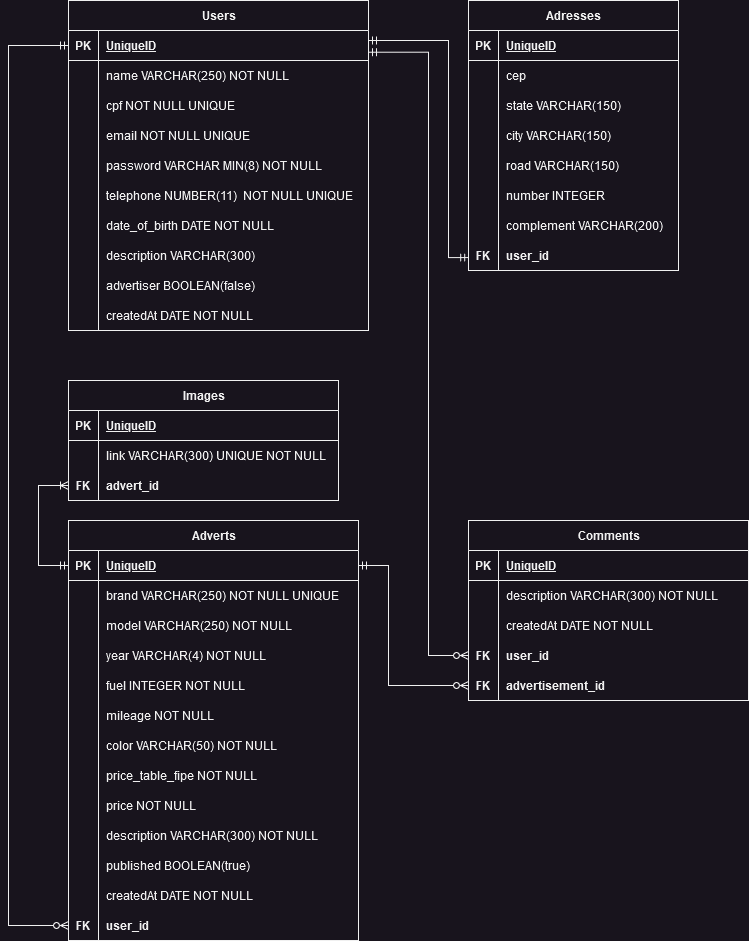
Earlier version of the draw.io export diagrama.png (grupo08-t13-alex-instrutor/grupo08-t13-alex-backend). Source tidied: cells renumbered, new cells last; positions are measured from the earlier drawing's top-left corner, leaving out a move shared by most shapes.
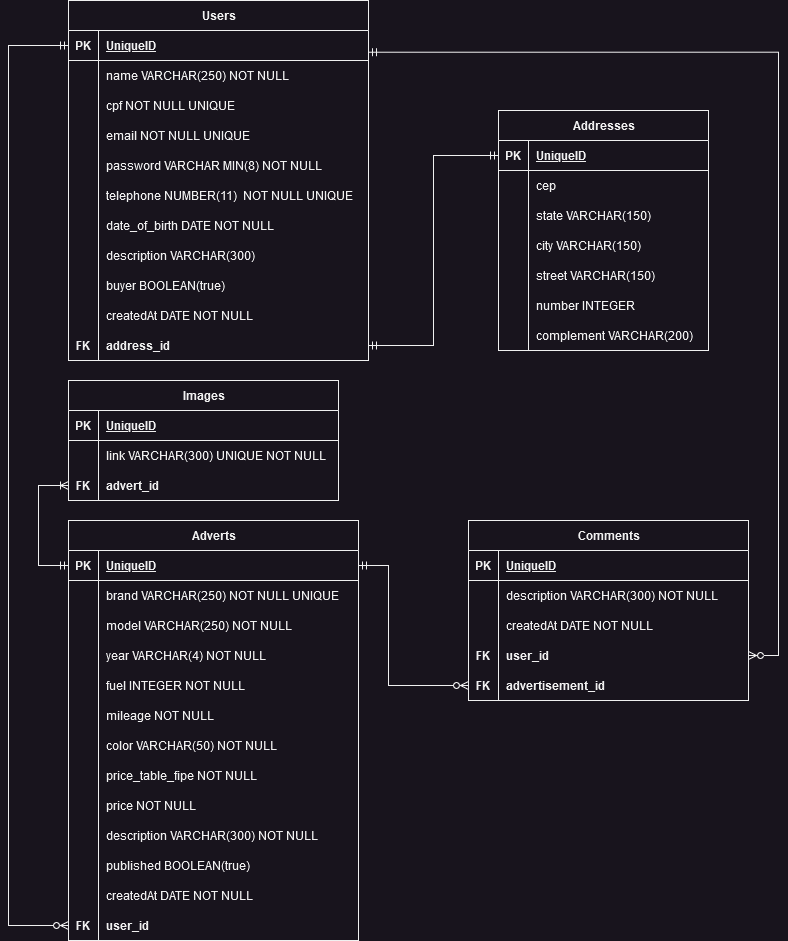
The same diagram one commit later.

Commit message:
Fix: corrigindo entidades de users e adresses

What changed in the source:
```diff
@@ -3,7 +3,7 @@
     <mxCell id="0" />
     <mxCell id="1" parent="0" />
     <mxCell id="2" value="Users" style="shape=table;startSize=30;rowLines=0;fontStyle=1;align=center;html=1;" parent="1" vertex="1">
-      <mxGeometry x="60" width="300" height="330" as="geometry" />
+      <mxGeometry x="60" width="300" height="360" as="geometry" />
     </mxCell>
     <mxCell id="3" style="shape=tableRow;horizontal=0;startSize=0;swimlaneHead=0;swimlaneBody=0;fillColor=none;points=[[0,0.5],[1,0.5]];portConstraint=eastwest;top=0;left=0;right=0;bottom=1;" parent="2" vertex="1">
       <mxGeometry y="30" width="300" height="30" as="geometry" />
@@ -83,7 +83,7 @@
     <mxCell id="28" style="shape=partialRectangle;fillColor=none;top=0;left=0;bottom=0;right=0;overflow=hidden;whiteSpace=wrap;html=1;" parent="27" vertex="1">
       <mxGeometry width="30" height="30" as="geometry" />
     </mxCell>
-    <mxCell id="29" value="advertiser BOOLEAN(false)" style="shape=partialRectangle;fillColor=none;top=0;left=0;bottom=0;right=0;align=left;spacingLeft=6;overflow=hidden;whiteSpace=wrap;html=1;" parent="27" vertex="1">
+    <mxCell id="29" value="buyer BOOLEAN(true)" style="shape=partialRectangle;fillColor=none;top=0;left=0;bottom=0;right=0;align=left;spacingLeft=6;overflow=hidden;whiteSpace=wrap;html=1;" parent="27" vertex="1">
       <mxGeometry x="30" width="270" height="30" as="geometry" />
     </mxCell>
     <mxCell id="30" style="shape=tableRow;horizontal=0;startSize=0;swimlaneHead=0;swimlaneBody=0;fillColor=none;top=0;left=0;right=0;bottom=0;" parent="2" vertex="1">
@@ -95,8 +95,17 @@
     <mxCell id="32" value="createdAt DATE NOT NULL" style="shape=partialRectangle;fillColor=none;top=0;left=0;bottom=0;right=0;align=left;spacingLeft=6;overflow=hidden;whiteSpace=wrap;html=1;" parent="30" vertex="1">
       <mxGeometry x="30" width="270" height="30" as="geometry" />
     </mxCell>
+    <mxCell id="129" style="shape=tableRow;horizontal=0;startSize=0;swimlaneHead=0;swimlaneBody=0;fillColor=none;points=[[0,0.5],[1,0.5]];portConstraint=eastwest;top=0;left=0;right=0;bottom=0;" parent="2" vertex="1">
+      <mxGeometry y="330" width="300" height="30" as="geometry" />
+    </mxCell>
+    <mxCell id="56" value="FK" style="shape=partialRectangle;fillColor=none;top=0;left=0;bottom=0;right=0;overflow=hidden;whiteSpace=wrap;html=1;fontStyle=1;" parent="129" vertex="1">
+      <mxGeometry width="30" height="30" as="geometry" />
+    </mxCell>
+    <mxCell id="130" value="address_id" style="shape=partialRectangle;fillColor=none;top=0;left=0;bottom=0;right=0;align=left;spacingLeft=6;overflow=hidden;whiteSpace=wrap;html=1;fontStyle=1;" parent="129" vertex="1">
+      <mxGeometry x="30" width="270" height="30" as="geometry" />
+    </mxCell>
-    <mxCell id="33" value="Adresses" style="shape=table;startSize=30;rowLines=0;fontStyle=1;align=center;html=1;" parent="1" vertex="1">
-      <mxGeometry x="460" width="210" height="270" as="geometry" />
+    <mxCell id="33" value="Addresses" style="shape=table;startSize=30;rowLines=0;fontStyle=1;align=center;html=1;" parent="1" vertex="1">
+      <mxGeometry x="490" y="110" width="210" height="240" as="geometry" />
     </mxCell>
     <mxCell id="34" style="shape=tableRow;horizontal=0;startSize=0;swimlaneHead=0;swimlaneBody=0;fillColor=none;points=[[0,0.5],[1,0.5]];portConstraint=eastwest;top=0;left=0;right=0;bottom=1;" parent="33" vertex="1">
       <mxGeometry y="30" width="210" height="30" as="geometry" />
@@ -140,7 +149,7 @@
     <mxCell id="47" style="shape=partialRectangle;fillColor=none;top=0;left=0;bottom=0;right=0;overflow=hidden;whiteSpace=wrap;html=1;" parent="46" vertex="1">
       <mxGeometry width="30" height="30" as="geometry" />
     </mxCell>
-    <mxCell id="48" value="road VARCHAR(150)" style="shape=partialRectangle;fillColor=none;top=0;left=0;bottom=0;right=0;align=left;spacingLeft=6;overflow=hidden;whiteSpace=wrap;html=1;" parent="46" vertex="1">
+    <mxCell id="48" value="street VARCHAR(150)" style="shape=partialRectangle;fillColor=none;top=0;left=0;bottom=0;right=0;align=left;spacingLeft=6;overflow=hidden;whiteSpace=wrap;html=1;" parent="46" vertex="1">
       <mxGeometry x="30" width="180" height="30" as="geometry" />
     </mxCell>
     <mxCell id="49" style="shape=tableRow;horizontal=0;startSize=0;swimlaneHead=0;swimlaneBody=0;fillColor=none;top=0;left=0;right=0;bottom=0;" parent="33" vertex="1">
@@ -161,24 +170,6 @@
     <mxCell id="54" value="complement VARCHAR(200)" style="shape=partialRectangle;fillColor=none;top=0;left=0;bottom=0;right=0;align=left;spacingLeft=6;overflow=hidden;whiteSpace=wrap;html=1;" parent="52" vertex="1">
       <mxGeometry x="30" width="180" height="30" as="geometry" />
     </mxCell>
-    <mxCell id="55" style="shape=tableRow;horizontal=0;startSize=0;swimlaneHead=0;swimlaneBody=0;fillColor=none;points=[[0,0.5],[1,0.5]];portConstraint=eastwest;top=0;left=0;right=0;bottom=0;" parent="33" vertex="1">
-      <mxGeometry y="240" width="210" height="30" as="geometry" />
-    </mxCell>
-    <mxCell id="56" value="FK" style="shape=partialRectangle;fillColor=none;top=0;left=0;bottom=0;right=0;overflow=hidden;whiteSpace=wrap;html=1;fontStyle=1;" parent="55" vertex="1">
-      <mxGeometry width="30" height="30" as="geometry" />
-    </mxCell>
-    <mxCell id="57" value="user_id" style="shape=partialRectangle;fillColor=none;top=0;left=0;bottom=0;right=0;align=left;spacingLeft=6;overflow=hidden;whiteSpace=wrap;html=1;fontStyle=1;" parent="55" vertex="1">
-      <mxGeometry x="30" width="180" height="30" as="geometry" />
-    </mxCell>
-    <mxCell id="58" style="edgeStyle=orthogonalEdgeStyle;rounded=0;jettySize=auto;html=1;startArrow=ERmandOne;startFill=0;endArrow=ERmandOne;endFill=0;entryX=0.001;entryY=0.569;entryDx=0;entryDy=0;entryPerimeter=0;" parent="1" edge="1" target="55">
-      <mxGeometry relative="1" as="geometry">
-        <mxPoint x="360" y="40" as="sourcePoint" />
-        <Array as="points">
-          <mxPoint x="440" y="40" />
-          <mxPoint x="440" y="257" />
-        </Array>
-      </mxGeometry>
-    </mxCell>
     <mxCell id="59" value="Adverts" style="shape=table;startSize=30;rowLines=0;fontStyle=1;align=center;html=1;" parent="1" vertex="1">
       <mxGeometry x="60" y="520" width="290" height="420" as="geometry" />
     </mxCell>
@@ -401,13 +392,16 @@
         </Array>
       </mxGeometry>
     </mxCell>
-    <mxCell id="128" style="edgeStyle=orthogonalEdgeStyle;rounded=0;jettySize=auto;html=1;entryX=0;entryY=0.5;entryDx=0;entryDy=0;startArrow=ERmandOne;startFill=0;endArrow=ERzeroToMany;endFill=0;exitX=1;exitY=0.724;exitDx=0;exitDy=0;exitPerimeter=0;" parent="1" edge="1" source="3" target="121">
+    <mxCell id="128" style="edgeStyle=orthogonalEdgeStyle;rounded=0;jettySize=auto;html=1;entryX=1;entryY=0.75;entryDx=0;entryDy=0;startArrow=ERmandOne;startFill=0;endArrow=ERzeroToMany;endFill=0;exitX=1;exitY=0.724;exitDx=0;exitDy=0;exitPerimeter=0;" parent="1" edge="1" source="3" target="111">
       <mxGeometry relative="1" as="geometry">
         <Array as="points">
-          <mxPoint x="420" y="52" />
-          <mxPoint x="420" y="655" />
+          <mxPoint x="770" y="52" />
+          <mxPoint x="770" y="655" />
         </Array>
       </mxGeometry>
     </mxCell>
+    <mxCell id="131" style="edgeStyle=orthogonalEdgeStyle;rounded=0;jettySize=auto;html=1;exitX=1;exitY=0.5;exitDx=0;exitDy=0;entryX=0;entryY=0.5;entryDx=0;entryDy=0;startArrow=ERmandOne;startFill=0;endArrow=ERmandOne;endFill=0;" parent="1" edge="1" source="129" target="34">
+      <mxGeometry relative="1" as="geometry" />
+    </mxCell>
   </root>
 </mxGraphModel>
```
